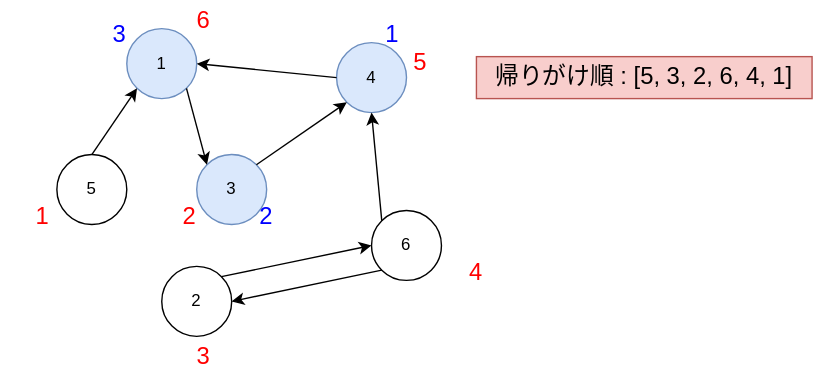
Before: static/img/svg/Algorithm/scc-decomposition/scc-decomposition-4.drawio.svg, a diagram exported from draw.io (koseki2580/study-docs). Source tidied: cells renumbered, new cells last; positions are measured from the earlier drawing's top-left corner, leaving out a move shared by most shapes.
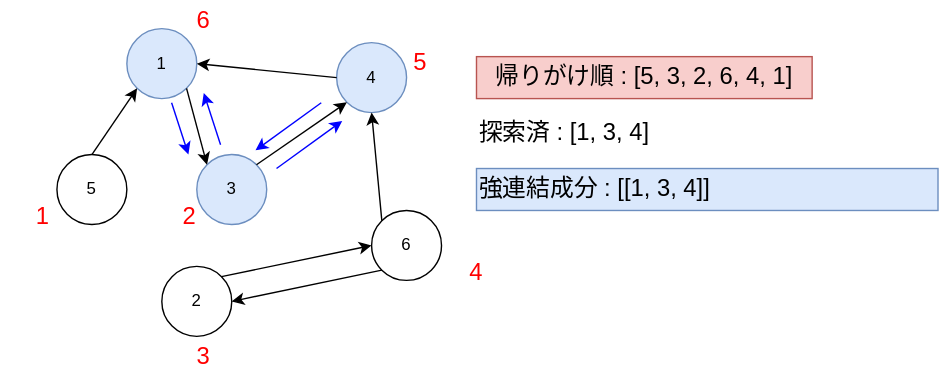
Above is the later version.

The edit, as a diff of the source:
```diff
@@ -62,14 +62,35 @@
     <mxCell id="21" value="6" style="text;html=1;strokeColor=none;fillColor=none;align=center;verticalAlign=middle;whiteSpace=wrap;rounded=0;fontSize=17;fontColor=#FF0000;" parent="1" vertex="1">
       <mxGeometry x="115" width="60" height="30" as="geometry" />
     </mxCell>
-    <mxCell id="22" value="3" style="text;html=1;strokeColor=none;fillColor=none;align=center;verticalAlign=middle;whiteSpace=wrap;rounded=0;fontSize=17;fontColor=#0000FF;" parent="1" vertex="1">
-      <mxGeometry x="55" y="10" width="60" height="30" as="geometry" />
-    </mxCell>
-    <mxCell id="23" value="2" style="text;html=1;strokeColor=none;fillColor=none;align=center;verticalAlign=middle;whiteSpace=wrap;rounded=0;fontSize=17;fontColor=#0000FF;" parent="1" vertex="1">
-      <mxGeometry x="160" y="140" width="60" height="30" as="geometry" />
-    </mxCell>
-    <mxCell id="24" value="1" style="text;html=1;strokeColor=none;fillColor=none;align=center;verticalAlign=middle;whiteSpace=wrap;rounded=0;fontSize=17;fontColor=#0000FF;" parent="1" vertex="1">
-      <mxGeometry x="250" y="10" width="60" height="30" as="geometry" />
-    </mxCell>
+    <mxCell id="25" value="強連結成分 : [[1, 3, 4]]" style="text;html=1;strokeColor=#6c8ebf;fillColor=#dae8fc;align=left;verticalAlign=middle;whiteSpace=wrap;rounded=0;fontSize=17;" parent="1" vertex="1">
+      <mxGeometry x="340" y="120" width="330" height="30" as="geometry" />
+    </mxCell>
+    <mxCell id="26" value="探索済 : [1, 3, 4]" style="text;html=1;align=left;verticalAlign=middle;whiteSpace=wrap;rounded=0;fontSize=17;" parent="1" vertex="1">
+      <mxGeometry x="340" y="80" width="330" height="30" as="geometry" />
+    </mxCell>
+    <mxCell id="27" style="endArrow=classic;html=1;strokeColor=#0000FF;" parent="1" edge="1">
+      <mxGeometry relative="1" as="geometry">
+        <mxPoint x="122" y="73" as="sourcePoint" />
+        <mxPoint x="134" y="110" as="targetPoint" />
+      </mxGeometry>
+    </mxCell>
+    <mxCell id="28" style="endArrow=classic;html=1;strokeColor=#0000FF;" parent="1" edge="1">
+      <mxGeometry relative="1" as="geometry">
+        <mxPoint x="157" y="103" as="sourcePoint" />
+        <mxPoint x="145" y="66" as="targetPoint" />
+      </mxGeometry>
+    </mxCell>
+    <mxCell id="29" style="endArrow=classic;html=1;strokeColor=#0000FF;" parent="1" edge="1">
+      <mxGeometry relative="1" as="geometry">
+        <mxPoint x="197" y="120" as="sourcePoint" />
+        <mxPoint x="244" y="86" as="targetPoint" />
+      </mxGeometry>
+    </mxCell>
+    <mxCell id="30" style="endArrow=classic;html=1;strokeColor=#0000FF;" parent="1" edge="1">
+      <mxGeometry relative="1" as="geometry">
+        <mxPoint x="229" y="73" as="sourcePoint" />
+        <mxPoint x="182" y="107" as="targetPoint" />
+      </mxGeometry>
+    </mxCell>
   </root>
 </mxGraphModel>
```
